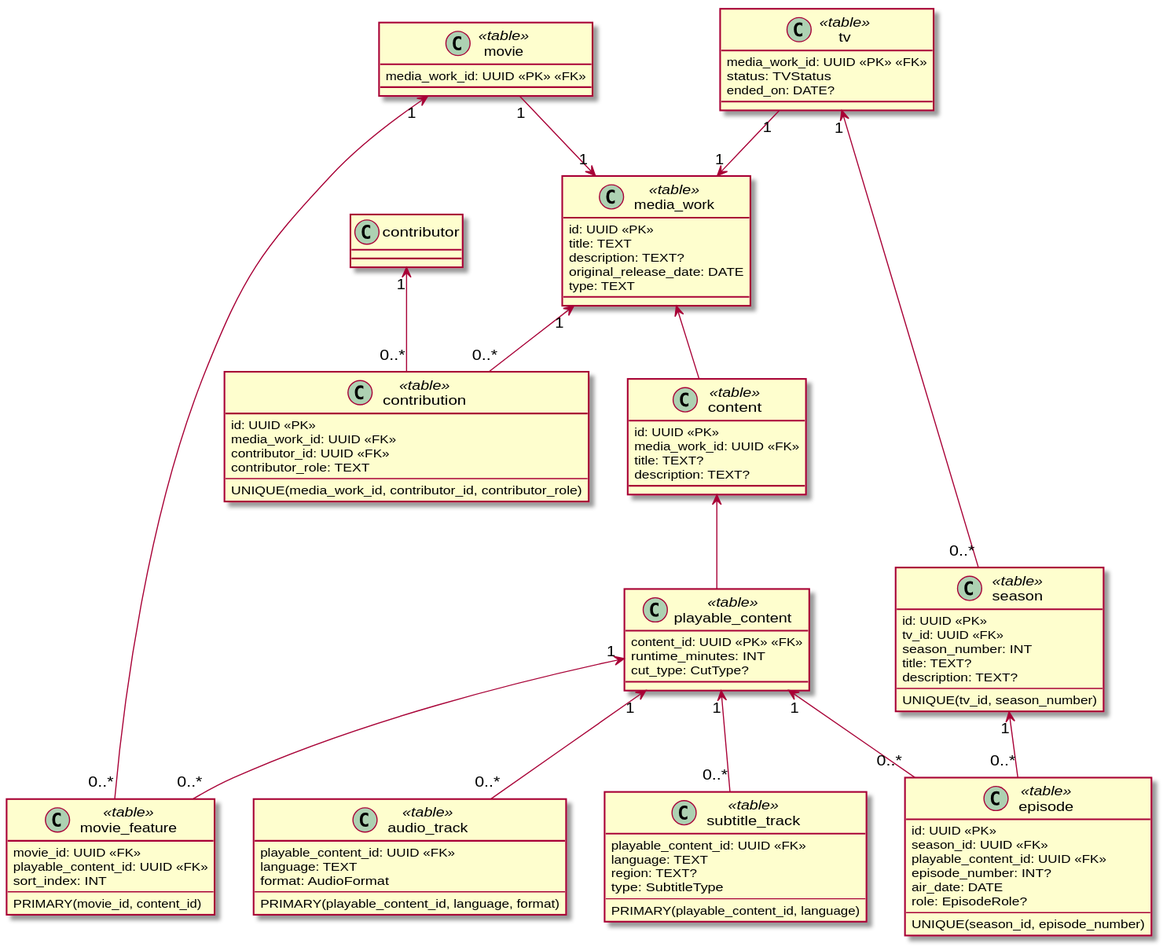
Above: docs/diagrams/data/media_work.data.svg in yantue/colleq (PlantUML), before the change. The source it was exported from:
```plantuml
@startuml
skinparam classAttributeIconSize 0

class media_work <<table>> {
    id: UUID <<PK>>
    title: TEXT
    description: TEXT?
    original_release_date: DATE
    type: TEXT
}

class contribution <<table>> {
    id: UUID <<PK>>
    media_work_id: UUID <<FK>>
    contributor_id: UUID <<FK>>
    contributor_role: TEXT
    --
    UNIQUE(media_work_id, contributor_id, contributor_role)
}

media_work "1" <-- "0..*" contribution

class content <<table>> {
    id: UUID <<PK>>
    media_work_id: UUID <<FK>>
    title: TEXT?
    description: TEXT?
}

media_work <-- content

class playable_content <<table>> {
    content_id: UUID <<PK>> <<FK>>
    runtime_minutes: INT
    cut_type: CutType?
}

content <-- playable_content

class audio_track <<table>> {
    playable_content_id: UUID <<FK>>
    language: TEXT
    format: AudioFormat
    --
    PRIMARY(playable_content_id, language, format)
}

playable_content "1" <-- "0..*" audio_track

class subtitle_track <<table>> {
    playable_content_id: UUID <<FK>>
    language: TEXT
    region: TEXT?
    type: SubtitleType
    --
    PRIMARY(playable_content_id, language)
}

playable_content "1" <-- "0..*" subtitle_track

class movie <<table>> {
    media_work_id: UUID <<PK>> <<FK>>
}

movie "1" --> "1" media_work

class movie_feature <<table>> {
     movie_id: UUID <<FK>>
     playable_content_id: UUID <<FK>>
     sort_index: INT
     --
     PRIMARY(movie_id, content_id)
}

movie "1" <-- "0..*" movie_feature
playable_content "1" <-- "0..*" movie_feature

class tv <<table>> {
    media_work_id: UUID <<PK>> <<FK>>
    status: TVStatus
    ended_on: DATE?
}

tv "1" --> "1" media_work

class season <<table>> {
    id: UUID <<PK>>
    tv_id: UUID <<FK>>
    season_number: INT
    title: TEXT?
    description: TEXT?
    --
    UNIQUE(tv_id, season_number)
}

tv "1" <-- "0..*" season

class episode <<table>> {
    id: UUID <<PK>>
    season_id: UUID <<FK>>
    playable_content_id: UUID <<FK>>
    episode_number: INT?
    air_date: DATE
    role: EpisodeRole?
    --
    UNIQUE(season_id, episode_number)
}

season "1" <-- "0..*" episode
playable_content "1" <-- "0..*" episode

contributor "1" <-- "0..*" contribution

@enduml
```
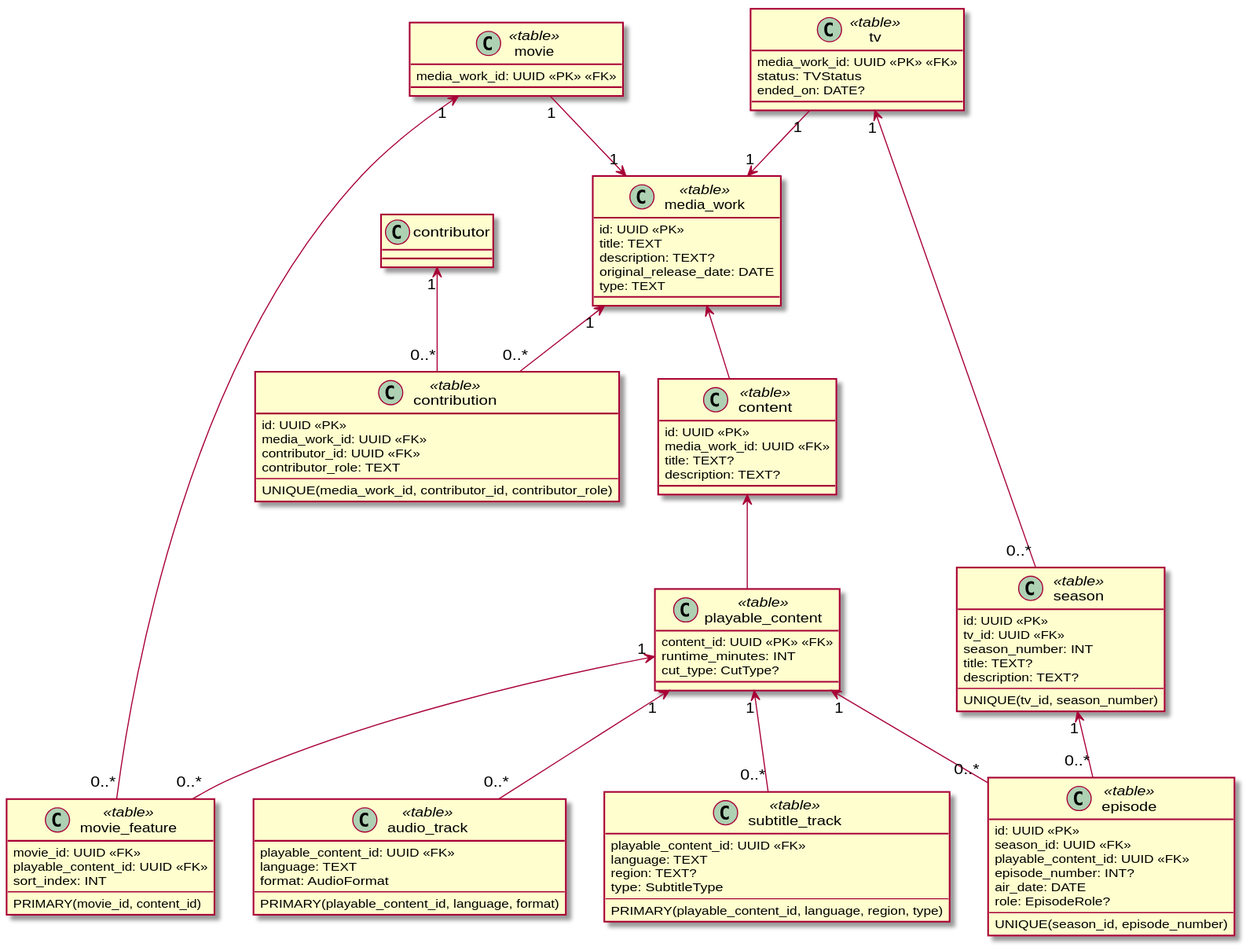
The same file after the commit.

Commit message:
Auto-generate UML diagrams

Diff of the diagram source:
```diff
@@ -53,7 +53,7 @@
     region: TEXT?
     type: SubtitleType
     --
-    PRIMARY(playable_content_id, language)
+    PRIMARY(playable_content_id, language, region, type)
 }
 
 playable_content "1" <-- "0..*" subtitle_track
```
